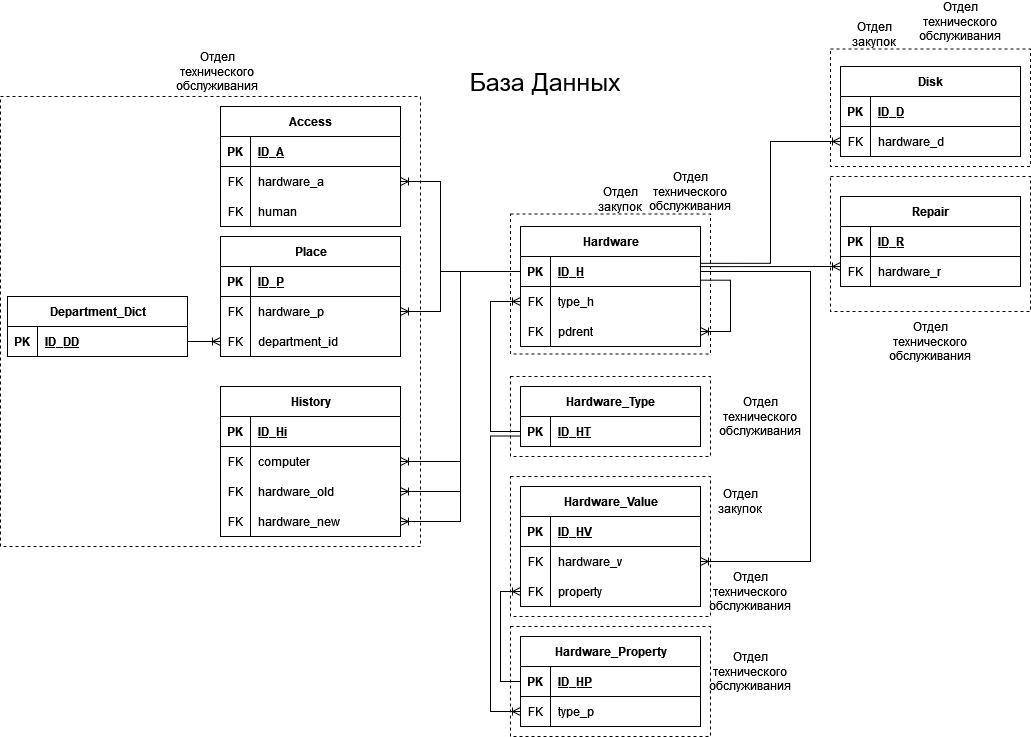
This is Документы по проекту/db.png from Nikita-080/is-quantek, a draw.io export, as it was before one commit. Source tidied: cells renumbered, new cells last; positions are measured from the earlier drawing's top-left corner, leaving out a move shared by most shapes.
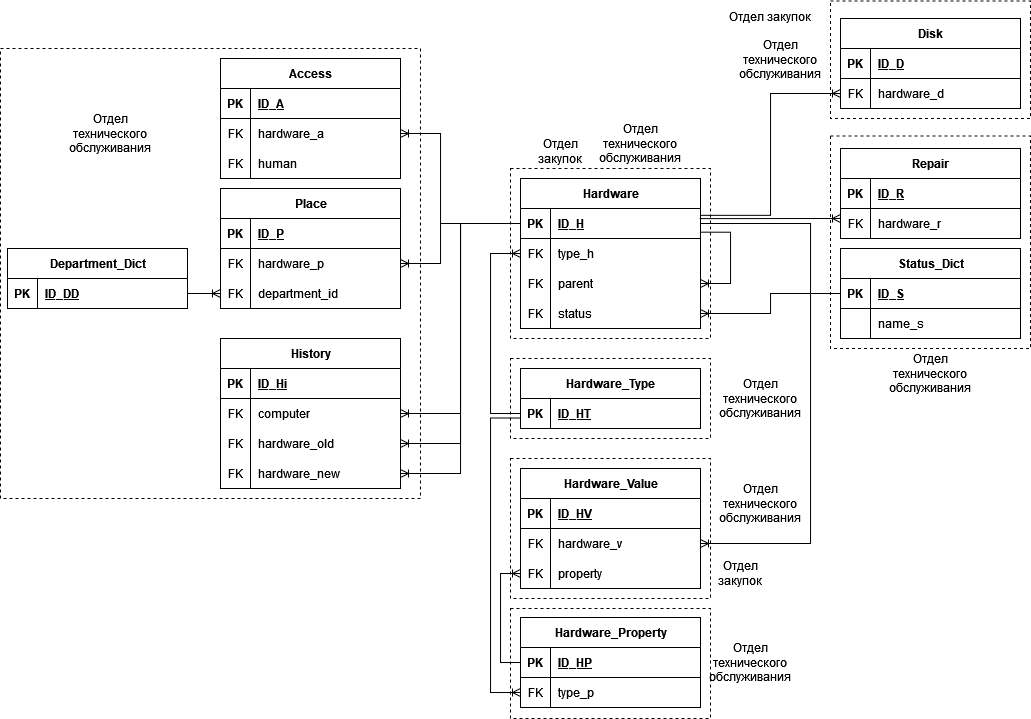
Later version of the same file.

Change to the diagram source:
```diff
@@ -2,11 +2,8 @@
   <root>
     <mxCell id="0" />
     <mxCell id="1" parent="0" />
-    <mxCell id="2" value="База Данных" style="text;html=1;strokeColor=none;fillColor=none;align=center;verticalAlign=middle;whiteSpace=wrap;rounded=0;fontSize=25;" parent="1" vertex="1">
-      <mxGeometry x="420" y="30" width="250" height="90" as="geometry" />
-    </mxCell>
     <mxCell id="3" value="Hardware" style="shape=table;startSize=30;rowLines=0;fontStyle=1;align=center;html=1;" parent="1" vertex="1">
-      <mxGeometry x="520" y="220" width="180" height="120" as="geometry" />
+      <mxGeometry x="520" y="220" width="180" height="150" as="geometry" />
     </mxCell>
     <mxCell id="4" style="shape=tableRow;horizontal=0;startSize=0;swimlaneHead=0;swimlaneBody=0;fillColor=none;points=[[0,0.5],[1,0.5]];portConstraint=eastwest;top=0;left=0;right=0;bottom=1;" parent="3" vertex="1">
       <mxGeometry y="30" width="180" height="30" as="geometry" />
@@ -32,7 +29,7 @@
     <mxCell id="11" value="FK" style="shape=partialRectangle;fillColor=none;top=0;left=0;bottom=0;right=0;overflow=hidden;whiteSpace=wrap;html=1;" parent="10" vertex="1">
       <mxGeometry width="30" height="30" as="geometry" />
     </mxCell>
-    <mxCell id="12" value="pdrent" style="shape=partialRectangle;fillColor=none;top=0;left=0;bottom=0;right=0;align=left;spacingLeft=6;overflow=hidden;whiteSpace=wrap;html=1;" parent="10" vertex="1">
+    <mxCell id="12" value="parent" style="shape=partialRectangle;fillColor=none;top=0;left=0;bottom=0;right=0;align=left;spacingLeft=6;overflow=hidden;whiteSpace=wrap;html=1;" parent="10" vertex="1">
       <mxGeometry x="30" width="150" height="30" as="geometry" />
     </mxCell>
     <mxCell id="13" style="edgeStyle=orthogonalEdgeStyle;fontSize=12;html=1;endArrow=ERoneToMany;rounded=0;entryX=1;entryY=0.5;entryDx=0;entryDy=0;exitX=0.996;exitY=0.789;exitDx=0;exitDy=0;exitPerimeter=0;" parent="3" edge="1" source="4" target="10">
@@ -43,6 +40,15 @@
         </Array>
       </mxGeometry>
     </mxCell>
+    <mxCell id="115" style="shape=tableRow;horizontal=0;startSize=0;swimlaneHead=0;swimlaneBody=0;fillColor=none;points=[[0,0.5],[1,0.5]];portConstraint=eastwest;top=0;left=0;right=0;bottom=0;" parent="3" vertex="1">
+      <mxGeometry y="120" width="180" height="30" as="geometry" />
+    </mxCell>
+    <mxCell id="116" value="FK" style="shape=partialRectangle;fillColor=none;top=0;left=0;bottom=0;right=0;overflow=hidden;whiteSpace=wrap;html=1;" parent="115" vertex="1">
+      <mxGeometry width="30" height="30" as="geometry" />
+    </mxCell>
+    <mxCell id="117" value="status" style="shape=partialRectangle;fillColor=none;top=0;left=0;bottom=0;right=0;align=left;spacingLeft=6;overflow=hidden;whiteSpace=wrap;html=1;" parent="115" vertex="1">
+      <mxGeometry x="30" width="150" height="30" as="geometry" />
+    </mxCell>
     <mxCell id="14" value="Access" style="shape=table;startSize=30;rowLines=0;fontStyle=1;align=center;html=1;" parent="1" vertex="1">
       <mxGeometry x="220" y="100" width="180" height="120" as="geometry" />
     </mxCell>
@@ -104,7 +110,7 @@
       <mxGeometry x="30" width="150" height="30" as="geometry" />
     </mxCell>
     <mxCell id="34" value="Hardware_Type" style="shape=table;startSize=30;rowLines=0;fontStyle=1;align=center;html=1;" parent="1" vertex="1">
-      <mxGeometry x="520" y="380" width="180" height="60" as="geometry" />
+      <mxGeometry x="520" y="410" width="180" height="60" as="geometry" />
     </mxCell>
     <mxCell id="35" style="shape=tableRow;horizontal=0;startSize=0;swimlaneHead=0;swimlaneBody=0;fillColor=none;points=[[0,0.5],[1,0.5]];portConstraint=eastwest;top=0;left=0;right=0;bottom=1;" parent="34" vertex="1">
       <mxGeometry y="30" width="180" height="30" as="geometry" />
@@ -116,7 +122,7 @@
       <mxGeometry x="30" width="150" height="30" as="geometry" />
     </mxCell>
     <mxCell id="38" value="Hardware_Property" style="shape=table;startSize=30;rowLines=0;fontStyle=1;align=center;html=1;" parent="1" vertex="1">
-      <mxGeometry x="520" y="630" width="180" height="90" as="geometry" />
+      <mxGeometry x="520" y="659" width="180" height="90" as="geometry" />
     </mxCell>
     <mxCell id="39" style="shape=tableRow;horizontal=0;startSize=0;swimlaneHead=0;swimlaneBody=0;fillColor=none;points=[[0,0.5],[1,0.5]];portConstraint=eastwest;top=0;left=0;right=0;bottom=1;" parent="38" vertex="1">
       <mxGeometry y="30" width="180" height="30" as="geometry" />
@@ -137,7 +143,7 @@
       <mxGeometry x="30" width="150" height="30" as="geometry" />
     </mxCell>
     <mxCell id="45" value="Hardware_Value" style="shape=table;startSize=30;rowLines=0;fontStyle=1;align=center;html=1;" parent="1" vertex="1">
-      <mxGeometry x="520" y="480" width="180" height="120" as="geometry" />
+      <mxGeometry x="520" y="510" width="180" height="120" as="geometry" />
     </mxCell>
     <mxCell id="46" style="shape=tableRow;horizontal=0;startSize=0;swimlaneHead=0;swimlaneBody=0;fillColor=none;top=0;left=0;right=0;bottom=1;" parent="45" vertex="1">
       <mxGeometry y="30" width="180" height="30" as="geometry" />
@@ -191,30 +197,30 @@
       <mxGeometry relative="1" as="geometry">
         <Array as="points">
           <mxPoint x="810" y="265" />
-          <mxPoint x="810" y="555" />
+          <mxPoint x="810" y="585" />
         </Array>
       </mxGeometry>
     </mxCell>
     <mxCell id="63" style="edgeStyle=orthogonalEdgeStyle;fontSize=12;html=1;endArrow=ERoneToMany;rounded=0;exitX=0;exitY=0.5;exitDx=0;exitDy=0;entryX=0;entryY=0.5;entryDx=0;entryDy=0;" parent="1" edge="1" source="39" target="52">
       <mxGeometry relative="1" as="geometry">
         <Array as="points">
-          <mxPoint x="500" y="675" />
-          <mxPoint x="500" y="585" />
+          <mxPoint x="500" y="704" />
+          <mxPoint x="500" y="615" />
         </Array>
       </mxGeometry>
     </mxCell>
     <mxCell id="64" style="edgeStyle=orthogonalEdgeStyle;fontSize=12;html=1;endArrow=ERoneToMany;rounded=0;entryX=0;entryY=0.5;entryDx=0;entryDy=0;exitX=-0.001;exitY=0.651;exitDx=0;exitDy=0;exitPerimeter=0;" parent="1" edge="1" source="35" target="42">
       <mxGeometry relative="1" as="geometry">
         <Array as="points">
-          <mxPoint x="490" y="430" />
-          <mxPoint x="490" y="705" />
+          <mxPoint x="490" y="460" />
+          <mxPoint x="490" y="734" />
         </Array>
       </mxGeometry>
     </mxCell>
     <mxCell id="65" style="edgeStyle=orthogonalEdgeStyle;fontSize=12;html=1;endArrow=ERoneToMany;rounded=0;exitX=0;exitY=0.5;exitDx=0;exitDy=0;entryX=0;entryY=0.5;entryDx=0;entryDy=0;" parent="1" edge="1" source="35" target="7">
       <mxGeometry relative="1" as="geometry">
         <Array as="points">
-          <mxPoint x="490" y="425" />
+          <mxPoint x="490" y="455" />
           <mxPoint x="490" y="295" />
         </Array>
       </mxGeometry>
@@ -262,22 +268,22 @@
       <mxGeometry relative="1" as="geometry" />
     </mxCell>
     <mxCell id="80" style="rounded=0;whiteSpace=wrap;html=1;dashed=1;fillColor=none;" parent="1" vertex="1">
-      <mxGeometry x="510" y="207.5" width="200" height="140" as="geometry" />
+      <mxGeometry x="510" y="210" width="200" height="170" as="geometry" />
     </mxCell>
     <mxCell id="81" value="Отдел закупок" style="text;html=1;strokeColor=none;fillColor=none;align=center;verticalAlign=middle;whiteSpace=wrap;rounded=0;" parent="1" vertex="1">
-      <mxGeometry x="590" y="177.5" width="60" height="30" as="geometry" />
+      <mxGeometry x="530" y="177.5" width="60" height="30" as="geometry" />
     </mxCell>
     <mxCell id="82" style="rounded=0;whiteSpace=wrap;html=1;dashed=1;fillColor=none;" parent="1" vertex="1">
-      <mxGeometry x="830" y="170" width="200" height="135" as="geometry" />
+      <mxGeometry x="830" y="177.5" width="200" height="212.5" as="geometry" />
     </mxCell>
     <mxCell id="83" value="Отдел технического обслуживания" style="text;html=1;strokeColor=none;fillColor=none;align=center;verticalAlign=middle;whiteSpace=wrap;rounded=0;" parent="1" vertex="1">
-      <mxGeometry x="900" y="320" width="60" height="30" as="geometry" />
+      <mxGeometry x="900" y="400" width="60" height="30" as="geometry" />
     </mxCell>
     <mxCell id="84" style="rounded=0;whiteSpace=wrap;html=1;dashed=1;fillColor=none;" parent="1" vertex="1">
-      <mxGeometry x="510" y="470" width="200" height="140" as="geometry" />
+      <mxGeometry x="510" y="500" width="200" height="140" as="geometry" />
     </mxCell>
     <mxCell id="85" style="rounded=0;whiteSpace=wrap;html=1;dashed=1;fillColor=none;" parent="1" vertex="1">
-      <mxGeometry x="510" y="370" width="200" height="80" as="geometry" />
+      <mxGeometry x="510" y="400" width="200" height="80" as="geometry" />
     </mxCell>
     <mxCell id="86" style="edgeStyle=orthogonalEdgeStyle;fontSize=12;html=1;endArrow=ERoneToMany;rounded=0;exitX=0;exitY=0.5;exitDx=0;exitDy=0;" parent="1" edge="1" source="4" target="76">
       <mxGeometry relative="1" as="geometry" />
@@ -347,16 +353,16 @@
       <mxGeometry x="830" y="42.5" width="200" height="117.5" as="geometry" />
     </mxCell>
     <mxCell id="105" value="Отдел закупок" style="text;html=1;strokeColor=none;fillColor=none;align=center;verticalAlign=middle;whiteSpace=wrap;rounded=0;" parent="1" vertex="1">
-      <mxGeometry x="844" y="12.5" width="60" height="30" as="geometry" />
+      <mxGeometry x="720" y="42.5" width="100" height="30" as="geometry" />
     </mxCell>
     <mxCell id="106" value="Отдел технического обслуживания" style="text;html=1;strokeColor=none;fillColor=none;align=center;verticalAlign=middle;whiteSpace=wrap;rounded=0;" parent="1" vertex="1">
-      <mxGeometry x="930" width="60" height="30" as="geometry" />
+      <mxGeometry x="750" y="86.2" width="60" height="30" as="geometry" />
     </mxCell>
     <mxCell id="107" value="Отдел технического обслуживания" style="text;html=1;strokeColor=none;fillColor=none;align=center;verticalAlign=middle;whiteSpace=wrap;rounded=0;" parent="1" vertex="1">
-      <mxGeometry x="660" y="170" width="60" height="30" as="geometry" />
+      <mxGeometry x="610" y="170" width="60" height="30" as="geometry" />
     </mxCell>
     <mxCell id="108" value="Отдел технического обслуживания" style="text;html=1;strokeColor=none;fillColor=none;align=center;verticalAlign=middle;whiteSpace=wrap;rounded=0;" parent="1" vertex="1">
-      <mxGeometry x="730" y="395" width="60" height="30" as="geometry" />
+      <mxGeometry x="730" y="425" width="60" height="30" as="geometry" />
     </mxCell>
     <mxCell id="109" style="edgeStyle=entityRelationEdgeStyle;fontSize=12;html=1;endArrow=ERoneToMany;rounded=0;exitX=0.995;exitY=0.337;exitDx=0;exitDy=0;exitPerimeter=0;" parent="1" edge="1" source="4">
       <mxGeometry relative="1" as="geometry">
@@ -364,19 +370,43 @@
       </mxGeometry>
     </mxCell>
     <mxCell id="110" value="Отдел закупок" style="text;html=1;strokeColor=none;fillColor=none;align=center;verticalAlign=middle;whiteSpace=wrap;rounded=0;" parent="1" vertex="1">
-      <mxGeometry x="710" y="480" width="60" height="30" as="geometry" />
+      <mxGeometry x="710" y="600" width="60" height="30" as="geometry" />
     </mxCell>
     <mxCell id="111" value="Отдел технического обслуживания" style="text;html=1;strokeColor=none;fillColor=none;align=center;verticalAlign=middle;whiteSpace=wrap;rounded=0;" parent="1" vertex="1">
-      <mxGeometry x="720" y="570" width="60" height="30" as="geometry" />
+      <mxGeometry x="730" y="530" width="60" height="30" as="geometry" />
     </mxCell>
     <mxCell id="112" style="rounded=0;whiteSpace=wrap;html=1;dashed=1;fillColor=none;" parent="1" vertex="1">
-      <mxGeometry x="510" y="620" width="200" height="110" as="geometry" />
+      <mxGeometry x="510" y="650" width="200" height="110" as="geometry" />
     </mxCell>
     <mxCell id="113" value="Отдел технического обслуживания" style="text;html=1;strokeColor=none;fillColor=none;align=center;verticalAlign=middle;whiteSpace=wrap;rounded=0;" parent="1" vertex="1">
-      <mxGeometry x="720" y="650" width="60" height="30" as="geometry" />
+      <mxGeometry x="720" y="689" width="60" height="30" as="geometry" />
     </mxCell>
     <mxCell id="114" value="Отдел технического обслуживания" style="text;html=1;strokeColor=none;fillColor=none;align=center;verticalAlign=middle;whiteSpace=wrap;rounded=0;" parent="1" vertex="1">
-      <mxGeometry x="187" y="50" width="60" height="30" as="geometry" />
+      <mxGeometry x="80" y="160" width="60" height="30" as="geometry" />
     </mxCell>
+    <mxCell id="118" value="Status_Dict" style="shape=table;startSize=30;rowLines=0;fontStyle=1;align=center;html=1;" parent="1" vertex="1">
+      <mxGeometry x="840" y="290" width="180" height="90" as="geometry" />
+    </mxCell>
+    <mxCell id="119" style="shape=tableRow;horizontal=0;startSize=0;swimlaneHead=0;swimlaneBody=0;fillColor=none;points=[[0,0.5],[1,0.5]];portConstraint=eastwest;top=0;left=0;right=0;bottom=1;" parent="118" vertex="1">
+      <mxGeometry y="30" width="180" height="30" as="geometry" />
+    </mxCell>
+    <mxCell id="120" value="PK" style="shape=partialRectangle;fillColor=none;top=0;left=0;bottom=0;right=0;fontStyle=1;overflow=hidden;whiteSpace=wrap;html=1;" parent="119" vertex="1">
+      <mxGeometry width="30" height="30" as="geometry" />
+    </mxCell>
+    <mxCell id="121" value="ID_S" style="shape=partialRectangle;fillColor=none;top=0;left=0;bottom=0;right=0;align=left;spacingLeft=6;fontStyle=5;overflow=hidden;whiteSpace=wrap;html=1;" parent="119" vertex="1">
+      <mxGeometry x="30" width="150" height="30" as="geometry" />
+    </mxCell>
+    <mxCell id="122" style="shape=tableRow;horizontal=0;startSize=0;swimlaneHead=0;swimlaneBody=0;fillColor=none;top=0;left=0;right=0;bottom=0;" parent="118" vertex="1">
+      <mxGeometry y="60" width="180" height="30" as="geometry" />
+    </mxCell>
+    <mxCell id="123" style="shape=partialRectangle;fillColor=none;top=0;left=0;bottom=0;right=0;overflow=hidden;whiteSpace=wrap;html=1;" parent="122" vertex="1">
+      <mxGeometry width="30" height="30" as="geometry" />
+    </mxCell>
+    <mxCell id="124" value="name_s" style="shape=partialRectangle;fillColor=none;top=0;left=0;bottom=0;right=0;align=left;spacingLeft=6;overflow=hidden;whiteSpace=wrap;html=1;" parent="122" vertex="1">
+      <mxGeometry x="30" width="150" height="30" as="geometry" />
+    </mxCell>
+    <mxCell id="125" style="edgeStyle=orthogonalEdgeStyle;fontSize=12;html=1;endArrow=ERoneToMany;rounded=0;entryX=1;entryY=0.5;entryDx=0;entryDy=0;exitX=0;exitY=0.5;exitDx=0;exitDy=0;" parent="1" edge="1" source="119" target="115">
+      <mxGeometry relative="1" as="geometry" />
+    </mxCell>
   </root>
 </mxGraphModel>
```
